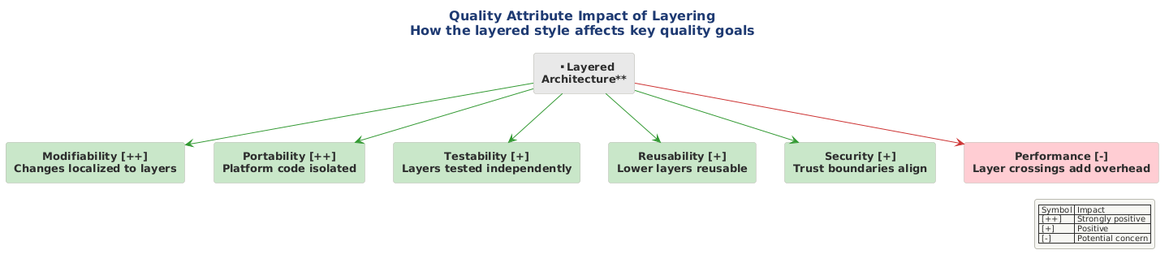
Before: src/architecture/views-and-beyond/style-catalogs/module/layered-style/png/quality-attribute-impact-layering-how-layered.png, a diagram exported from PlantUML (Notoriousjayy/latex-docs).
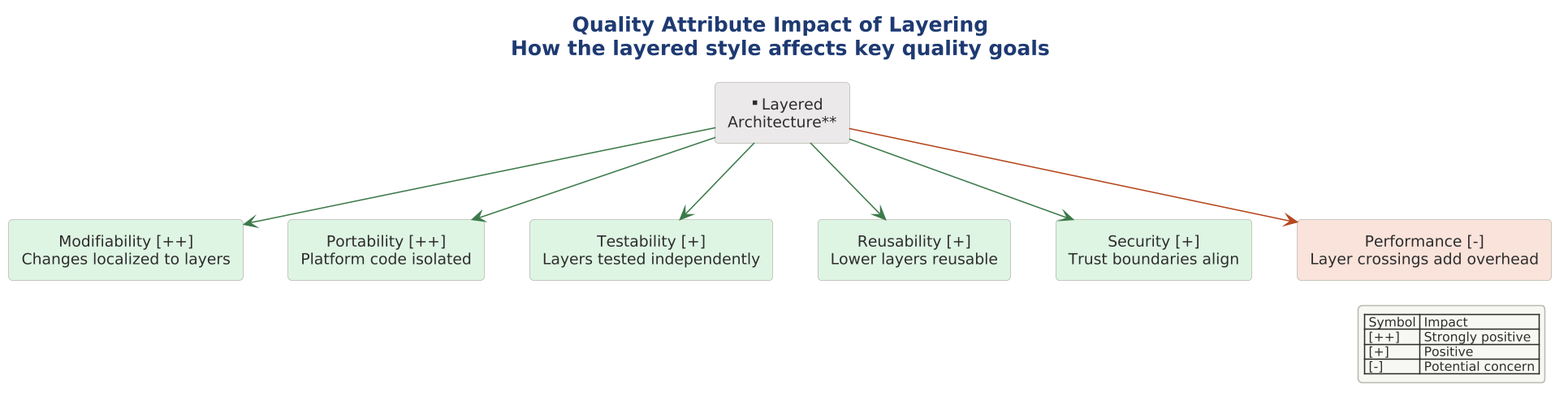
The same diagram one commit later.

The edit, as a diff of the source:
```diff
@@ -1,27 +1,28 @@
 @startuml
-skinparam rectangleRoundCorner 10
+
+skinparam dpi 150
+
+
+
 !include ../../../../../../tooling/styles/plantuml/structural/component-diagram-style.iuml
-
-skinparam rectangleFontSize 13
-skinparam rectangleFontStyle bold
 
 title Quality Attribute Impact of Layering\nHow the layered style affects key quality goals
 
-rectangle "**Layered\nArchitecture**" as CENTER #E8E8E8
+rectangle "**Layered\nArchitecture**" as CENTER $fill_neutral
 
-rectangle "Modifiability [++]\nChanges localized to layers" as MOD #C8E6C9
-rectangle "Portability [++]\nPlatform code isolated" as PORT #C8E6C9
-rectangle "Testability [+]\nLayers tested independently" as TEST #C8E6C9
-rectangle "Reusability [+]\nLower layers reusable" as REUSE #C8E6C9
-rectangle "Security [+]\nTrust boundaries align" as SEC #C8E6C9
-rectangle "Performance [-]\nLayer crossings add overhead" as PERF #FFCDD2
+rectangle "Modifiability [++]\nChanges localized to layers" as MOD $fill_ok
+rectangle "Portability [++]\nPlatform code isolated" as PORT $fill_ok
+rectangle "Testability [+]\nLayers tested independently" as TEST $fill_ok
+rectangle "Reusability [+]\nLower layers reusable" as REUSE $fill_ok
+rectangle "Security [+]\nTrust boundaries align" as SEC $fill_ok
+rectangle "Performance [-]\nLayer crossings add overhead" as PERF $fill_invalid
 
-CENTER -[#339933]-> MOD
-CENTER -[#339933]-> PORT
-CENTER -[#339933]-> TEST
-CENTER -[#339933]-> REUSE
-CENTER -[#339933]-> SEC
-CENTER -[#CC3333]-> PERF
+CENTER -[$line_ok]-> MOD
+CENTER -[$line_ok]-> PORT
+CENTER -[$line_ok]-> TEST
+CENTER -[$line_ok]-> REUSE
+CENTER -[$line_ok]-> SEC
+CENTER -[$line_invalid]-> PERF
 
 legend right
   | Symbol | Impact |
```
